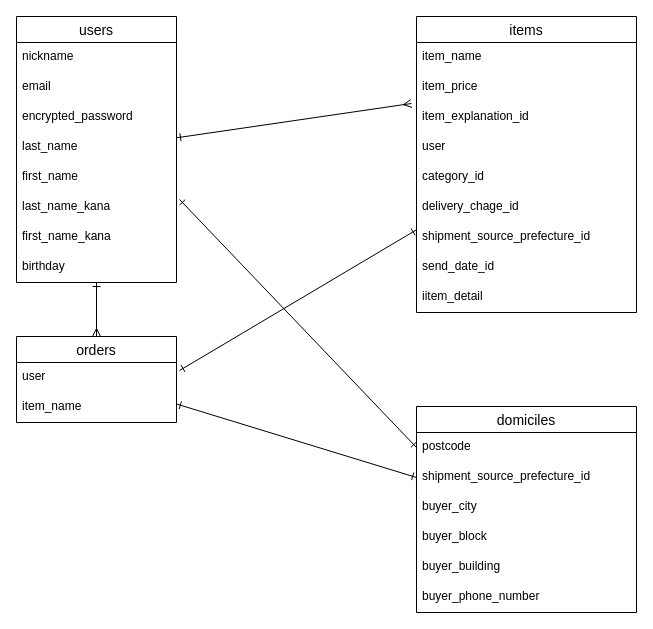
Earlier version of the draw.io diagram furima.dio (Yukkiyss/furima-38005). Source tidied: cells renumbered, new cells numbered last; positions are measured from the earlier drawing's top-left corner, leaving out a move shared by most shapes. Both pictures are drawn from the tidied source at 100%, with x=0, y=0 at pixel (16, 16).
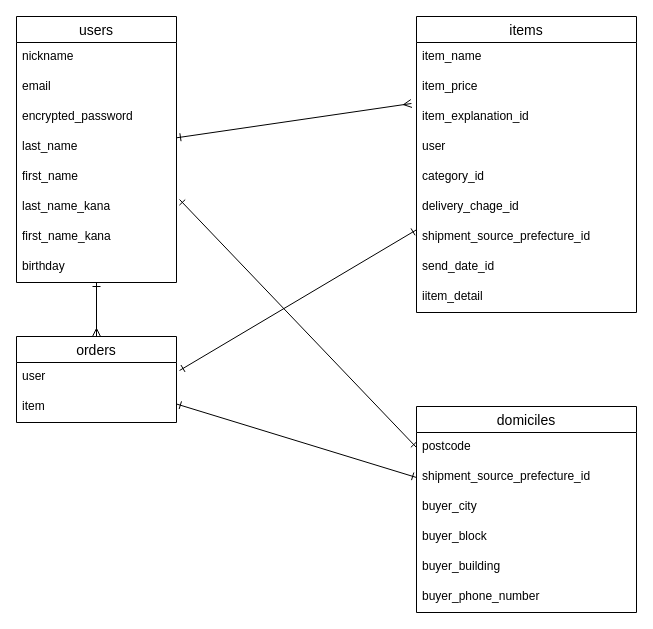
Above is the later version.

Commit message (it also covers changes not shown here):
orders カラム名修正

Unchanged cells that the change refers to:
```xml
<mxCell id="25" value="orders" style="swimlane;fontStyle=0;horizontal=1;startSize=26;align=center;fontSize=14;" parent="1" vertex="1">
  <mxGeometry y="320" width="160" height="86" as="geometry" />
</mxCell>
```

What changed in the source:
```diff
@@
-    <mxCell id="27" value="item_name" style="text;strokeColor=none;fillColor=none;spacingLeft=4;spacingRight=4;overflow=hidden;fontSize=12;" parent="25" vertex="1">
+    <mxCell id="27" value="item" style="text;strokeColor=none;fillColor=none;spacingLeft=4;spacingRight=4;overflow=hidden;fontSize=12;" parent="25" vertex="1">
       <mxGeometry y="56" width="160" height="30" as="geometry" />
     </mxCell>
```
